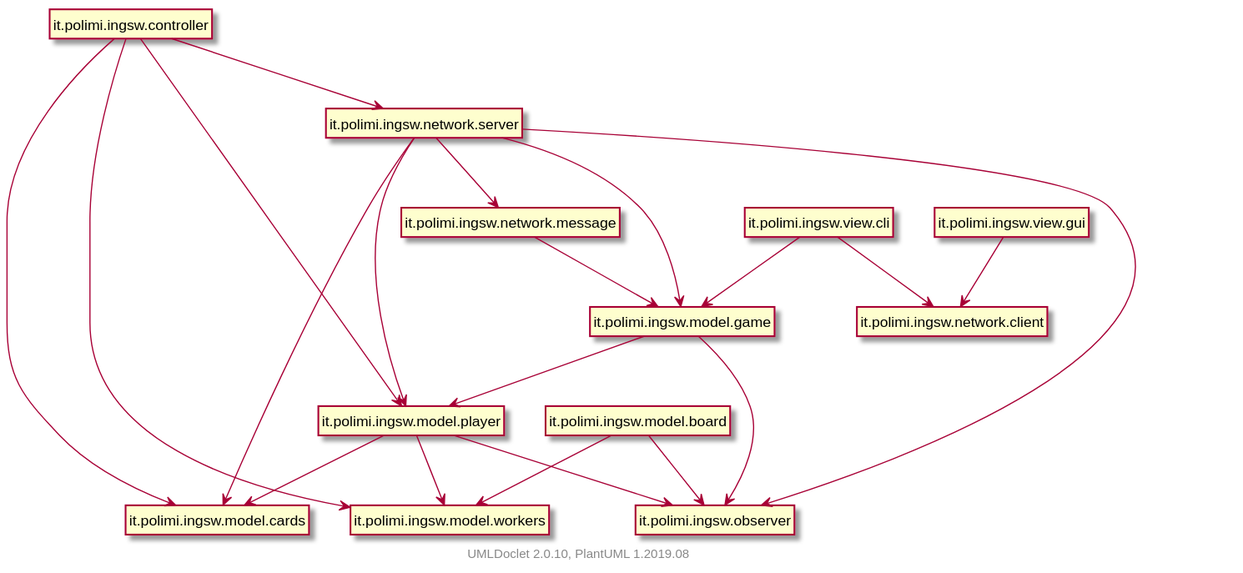
This is deliverables/docs/package-dependencies.svg from ToMmAzO/Progetto_IngSw_2020, a PlantUML export, as it was before one commit. Source of this version:
```plantuml
@startuml
    set namespaceSeparator none
    hide circle
    hide empty fields
    hide empty methods

    it.polimi.ingsw.controller --> it.polimi.ingsw.model.workers
    it.polimi.ingsw.controller --> it.polimi.ingsw.model.cards
    it.polimi.ingsw.controller --> it.polimi.ingsw.model.player
    it.polimi.ingsw.controller --> it.polimi.ingsw.network.server
    it.polimi.ingsw.model.board --> it.polimi.ingsw.model.workers
    it.polimi.ingsw.model.board --> it.polimi.ingsw.observer
    it.polimi.ingsw.model.game --> it.polimi.ingsw.observer
    it.polimi.ingsw.model.game --> it.polimi.ingsw.model.player
    it.polimi.ingsw.model.player --> it.polimi.ingsw.observer
    it.polimi.ingsw.model.player --> it.polimi.ingsw.model.workers
    it.polimi.ingsw.model.player --> it.polimi.ingsw.model.cards
    it.polimi.ingsw.network.message --> it.polimi.ingsw.model.game
    it.polimi.ingsw.network.server --> it.polimi.ingsw.model.player
    it.polimi.ingsw.network.server --> it.polimi.ingsw.observer
    it.polimi.ingsw.network.server --> it.polimi.ingsw.model.game
    it.polimi.ingsw.network.server --> it.polimi.ingsw.model.cards
    it.polimi.ingsw.network.server --> it.polimi.ingsw.network.message
    it.polimi.ingsw.view.cli --> it.polimi.ingsw.network.client
    it.polimi.ingsw.view.cli --> it.polimi.ingsw.model.game
    it.polimi.ingsw.view.gui --> it.polimi.ingsw.network.client

    class "it.polimi.ingsw.controller" [[it/polimi/ingsw/controller/package-summary.html]] {
    }
    class "it.polimi.ingsw.model.workers" [[it/polimi/ingsw/model/workers/package-summary.html]] {
    }
    class "it.polimi.ingsw.model.cards" [[it/polimi/ingsw/model/cards/package-summary.html]] {
    }
    class "it.polimi.ingsw.model.player" [[it/polimi/ingsw/model/player/package-summary.html]] {
    }
    class "it.polimi.ingsw.network.server" [[it/polimi/ingsw/network/server/package-summary.html]] {
    }
    class "it.polimi.ingsw.model.board" [[it/polimi/ingsw/model/board/package-summary.html]] {
    }
    class "it.polimi.ingsw.observer" [[it/polimi/ingsw/observer/package-summary.html]] {
    }
    class "it.polimi.ingsw.model.game" [[it/polimi/ingsw/model/game/package-summary.html]] {
    }
    class "it.polimi.ingsw.network.message" [[it/polimi/ingsw/network/message/package-summary.html]] {
    }
    class "it.polimi.ingsw.view.cli" [[it/polimi/ingsw/view/cli/package-summary.html]] {
    }
    class "it.polimi.ingsw.network.client" [[it/polimi/ingsw/network/client/package-summary.html]] {
    }
    class "it.polimi.ingsw.view.gui" [[it/polimi/ingsw/view/gui/package-summary.html]] {
    }

    center footer UMLDoclet 2.0.10, PlantUML 1.2019.08
@enduml
```
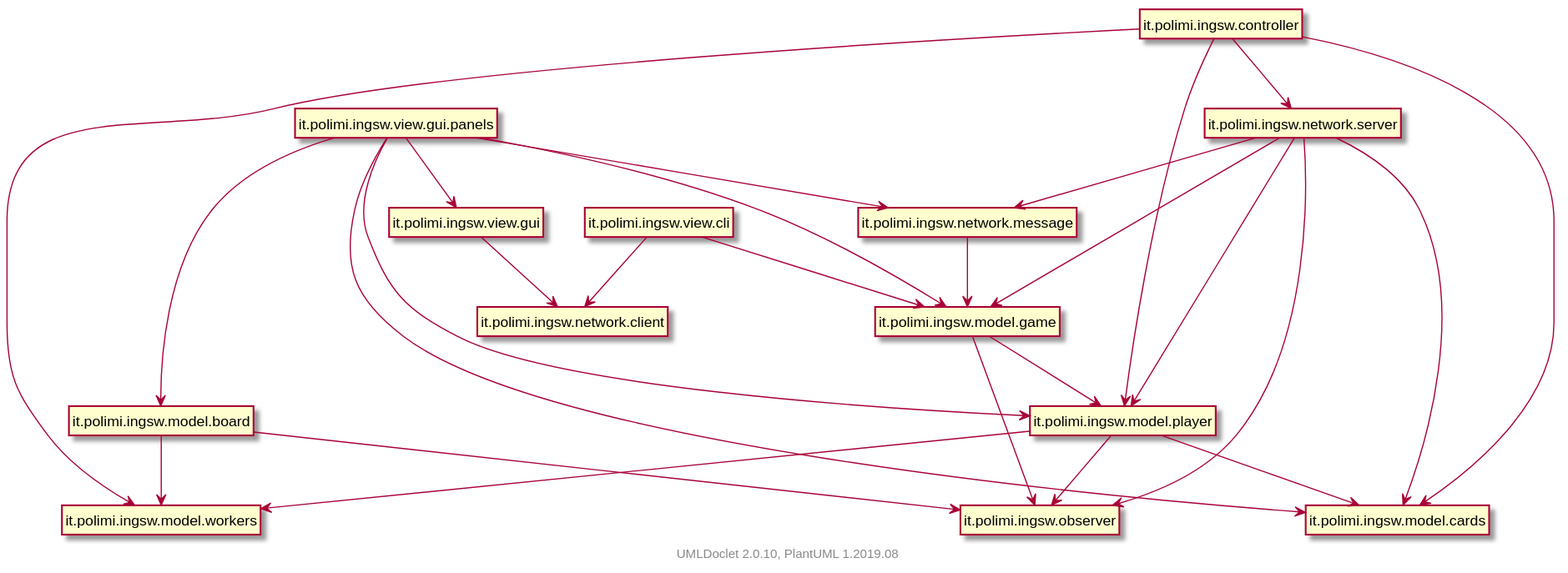
After the change.

Diff of the diagram source:
```diff
@@ -4,50 +4,58 @@
     hide empty fields
     hide empty methods
 
-    it.polimi.ingsw.controller --> it.polimi.ingsw.model.workers
-    it.polimi.ingsw.controller --> it.polimi.ingsw.model.cards
-    it.polimi.ingsw.controller --> it.polimi.ingsw.model.player
-    it.polimi.ingsw.controller --> it.polimi.ingsw.network.server
-    it.polimi.ingsw.model.board --> it.polimi.ingsw.model.workers
-    it.polimi.ingsw.model.board --> it.polimi.ingsw.observer
-    it.polimi.ingsw.model.game --> it.polimi.ingsw.observer
-    it.polimi.ingsw.model.game --> it.polimi.ingsw.model.player
-    it.polimi.ingsw.model.player --> it.polimi.ingsw.observer
-    it.polimi.ingsw.model.player --> it.polimi.ingsw.model.workers
-    it.polimi.ingsw.model.player --> it.polimi.ingsw.model.cards
     it.polimi.ingsw.network.message --> it.polimi.ingsw.model.game
+    it.polimi.ingsw.view.gui.panels --> it.polimi.ingsw.model.cards
+    it.polimi.ingsw.view.gui.panels --> it.polimi.ingsw.model.game
+    it.polimi.ingsw.view.gui.panels --> it.polimi.ingsw.view.gui
+    it.polimi.ingsw.view.gui.panels --> it.polimi.ingsw.model.player
+    it.polimi.ingsw.view.gui.panels --> it.polimi.ingsw.model.board
+    it.polimi.ingsw.view.gui.panels --> it.polimi.ingsw.network.message
     it.polimi.ingsw.network.server --> it.polimi.ingsw.model.player
     it.polimi.ingsw.network.server --> it.polimi.ingsw.observer
     it.polimi.ingsw.network.server --> it.polimi.ingsw.model.game
     it.polimi.ingsw.network.server --> it.polimi.ingsw.model.cards
     it.polimi.ingsw.network.server --> it.polimi.ingsw.network.message
+    it.polimi.ingsw.controller --> it.polimi.ingsw.model.workers
+    it.polimi.ingsw.controller --> it.polimi.ingsw.model.cards
+    it.polimi.ingsw.controller --> it.polimi.ingsw.model.player
+    it.polimi.ingsw.controller --> it.polimi.ingsw.network.server
+    it.polimi.ingsw.model.game --> it.polimi.ingsw.observer
+    it.polimi.ingsw.model.game --> it.polimi.ingsw.model.player
+    it.polimi.ingsw.model.board --> it.polimi.ingsw.model.workers
+    it.polimi.ingsw.model.board --> it.polimi.ingsw.observer
+    it.polimi.ingsw.view.gui --> it.polimi.ingsw.network.client
+    it.polimi.ingsw.model.player --> it.polimi.ingsw.observer
+    it.polimi.ingsw.model.player --> it.polimi.ingsw.model.workers
+    it.polimi.ingsw.model.player --> it.polimi.ingsw.model.cards
     it.polimi.ingsw.view.cli --> it.polimi.ingsw.network.client
     it.polimi.ingsw.view.cli --> it.polimi.ingsw.model.game
-    it.polimi.ingsw.view.gui --> it.polimi.ingsw.network.client
 
+    class "it.polimi.ingsw.network.message" [[it/polimi/ingsw/network/message/package-summary.html]] {
+    }
+    class "it.polimi.ingsw.model.game" [[it/polimi/ingsw/model/game/package-summary.html]] {
+    }
+    class "it.polimi.ingsw.view.gui.panels" [[it/polimi/ingsw/view/gui/panels/package-summary.html]] {
+    }
+    class "it.polimi.ingsw.model.cards" [[it/polimi/ingsw/model/cards/package-summary.html]] {
+    }
+    class "it.polimi.ingsw.view.gui" [[it/polimi/ingsw/view/gui/package-summary.html]] {
+    }
+    class "it.polimi.ingsw.model.player" [[it/polimi/ingsw/model/player/package-summary.html]] {
+    }
+    class "it.polimi.ingsw.model.board" [[it/polimi/ingsw/model/board/package-summary.html]] {
+    }
+    class "it.polimi.ingsw.network.server" [[it/polimi/ingsw/network/server/package-summary.html]] {
+    }
+    class "it.polimi.ingsw.observer" [[it/polimi/ingsw/observer/package-summary.html]] {
+    }
     class "it.polimi.ingsw.controller" [[it/polimi/ingsw/controller/package-summary.html]] {
     }
     class "it.polimi.ingsw.model.workers" [[it/polimi/ingsw/model/workers/package-summary.html]] {
     }
-    class "it.polimi.ingsw.model.cards" [[it/polimi/ingsw/model/cards/package-summary.html]] {
-    }
-    class "it.polimi.ingsw.model.player" [[it/polimi/ingsw/model/player/package-summary.html]] {
-    }
-    class "it.polimi.ingsw.network.server" [[it/polimi/ingsw/network/server/package-summary.html]] {
-    }
-    class "it.polimi.ingsw.model.board" [[it/polimi/ingsw/model/board/package-summary.html]] {
-    }
-    class "it.polimi.ingsw.observer" [[it/polimi/ingsw/observer/package-summary.html]] {
-    }
-    class "it.polimi.ingsw.model.game" [[it/polimi/ingsw/model/game/package-summary.html]] {
-    }
-    class "it.polimi.ingsw.network.message" [[it/polimi/ingsw/network/message/package-summary.html]] {
+    class "it.polimi.ingsw.network.client" [[it/polimi/ingsw/network/client/package-summary.html]] {
     }
     class "it.polimi.ingsw.view.cli" [[it/polimi/ingsw/view/cli/package-summary.html]] {
-    }
-    class "it.polimi.ingsw.network.client" [[it/polimi/ingsw/network/client/package-summary.html]] {
-    }
-    class "it.polimi.ingsw.view.gui" [[it/polimi/ingsw/view/gui/package-summary.html]] {
     }
 
     center footer UMLDoclet 2.0.10, PlantUML 1.2019.08
```
